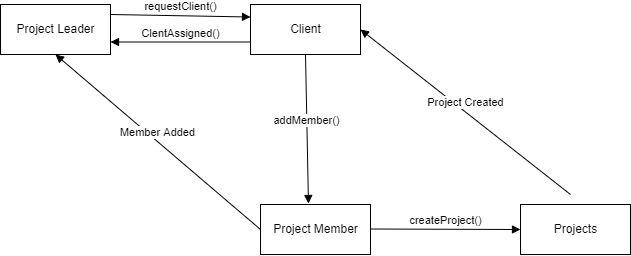
Before: Final Diagrams/Collaboration Diagrams/Client_Colaburation_Diagram.drawio.png, a diagram exported from draw.io (KevinHoxhalli/Group4). Source tidied: cells renumbered, new cells last; positions are measured from the earlier drawing's top-left corner, leaving out a move shared by most shapes. Its diagram source:
```xml
<mxGraphModel>
  <root>
    <mxCell id="0" />
    <mxCell id="1" parent="0" />
    <mxCell id="2" value="Project Member" style="html=1;" parent="1" vertex="1">
      <mxGeometry x="260" y="200" width="110" height="50" as="geometry" />
    </mxCell>
    <mxCell id="3" value="Client" style="html=1;" parent="1" vertex="1">
      <mxGeometry x="250" width="110" height="50" as="geometry" />
    </mxCell>
    <mxCell id="4" value="Projects" style="html=1;" parent="1" vertex="1">
      <mxGeometry x="520" y="200" width="110" height="50" as="geometry" />
    </mxCell>
    <mxCell id="5" value="Project Leader" style="html=1;" parent="1" vertex="1">
      <mxGeometry width="110" height="50" as="geometry" />
    </mxCell>
    <mxCell id="6" value="requestClient()" style="html=1;verticalAlign=bottom;endArrow=block;rounded=0;entryX=0;entryY=0.25;entryDx=0;entryDy=0;" parent="1" edge="1" target="3">
      <mxGeometry relative="1" as="geometry">
        <mxPoint x="110" y="10" as="sourcePoint" />
      </mxGeometry>
    </mxCell>
    <mxCell id="7" value="ClentAssigned()" style="html=1;verticalAlign=bottom;endArrow=block;rounded=0;exitX=0;exitY=0.75;exitDx=0;exitDy=0;entryX=1;entryY=0.75;entryDx=0;entryDy=0;" parent="1" edge="1" source="3" target="5">
      <mxGeometry relative="1" as="geometry" />
    </mxCell>
    <mxCell id="8" value="addMember()" style="html=1;verticalAlign=bottom;endArrow=block;rounded=0;exitX=0.5;exitY=1;exitDx=0;exitDy=0;entryX=0.436;entryY=-0.02;entryDx=0;entryDy=0;entryPerimeter=0;" parent="1" edge="1" source="3" target="2">
      <mxGeometry relative="1" as="geometry" />
    </mxCell>
    <mxCell id="9" value="Member Added" style="html=1;verticalAlign=bottom;endArrow=block;rounded=0;exitX=0;exitY=0.5;exitDx=0;exitDy=0;entryX=0.5;entryY=1;entryDx=0;entryDy=0;" parent="1" edge="1" source="2" target="5">
      <mxGeometry relative="1" as="geometry" />
    </mxCell>
    <mxCell id="10" value="createProject()" style="html=1;verticalAlign=bottom;endArrow=block;rounded=0;entryX=0;entryY=0.5;entryDx=0;entryDy=0;" parent="1" edge="1" target="4">
      <mxGeometry relative="1" as="geometry">
        <mxPoint x="370" y="224.5" as="sourcePoint" />
      </mxGeometry>
    </mxCell>
    <mxCell id="11" value="Project Created" style="html=1;verticalAlign=bottom;endArrow=block;rounded=0;entryX=1;entryY=0.5;entryDx=0;entryDy=0;" parent="1" edge="1" target="3">
      <mxGeometry relative="1" as="geometry">
        <mxPoint x="570" y="190" as="sourcePoint" />
      </mxGeometry>
    </mxCell>
  </root>
</mxGraphModel>
```
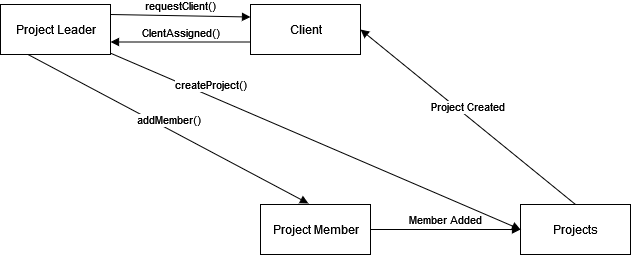
After the commit.

Change to the diagram source:
```diff
@@ -22,21 +22,19 @@
     <mxCell id="7" value="ClentAssigned()" style="html=1;verticalAlign=bottom;endArrow=block;rounded=0;exitX=0;exitY=0.75;exitDx=0;exitDy=0;entryX=1;entryY=0.75;entryDx=0;entryDy=0;" parent="1" edge="1" source="3" target="5">
       <mxGeometry relative="1" as="geometry" />
     </mxCell>
-    <mxCell id="8" value="addMember()" style="html=1;verticalAlign=bottom;endArrow=block;rounded=0;exitX=0.5;exitY=1;exitDx=0;exitDy=0;entryX=0.436;entryY=-0.02;entryDx=0;entryDy=0;entryPerimeter=0;" parent="1" edge="1" source="3" target="2">
+    <mxCell id="8" value="addMember()" style="html=1;verticalAlign=bottom;endArrow=block;rounded=0;entryX=0.436;entryY=-0.02;entryDx=0;entryDy=0;entryPerimeter=0;exitX=0.25;exitY=1;exitDx=0;exitDy=0;" parent="1" edge="1" source="5" target="2">
       <mxGeometry relative="1" as="geometry" />
     </mxCell>
-    <mxCell id="9" value="Member Added" style="html=1;verticalAlign=bottom;endArrow=block;rounded=0;exitX=0;exitY=0.5;exitDx=0;exitDy=0;entryX=0.5;entryY=1;entryDx=0;entryDy=0;" parent="1" edge="1" source="2" target="5">
+    <mxCell id="9" value="Member Added" style="html=1;verticalAlign=bottom;endArrow=block;rounded=0;exitX=1;exitY=0.5;exitDx=0;exitDy=0;" parent="1" edge="1" source="2" target="4">
       <mxGeometry relative="1" as="geometry" />
     </mxCell>
-    <mxCell id="10" value="createProject()" style="html=1;verticalAlign=bottom;endArrow=block;rounded=0;entryX=0;entryY=0.5;entryDx=0;entryDy=0;" parent="1" edge="1" target="4">
-      <mxGeometry relative="1" as="geometry">
-        <mxPoint x="370" y="224.5" as="sourcePoint" />
+    <mxCell id="10" value="createProject()" style="html=1;verticalAlign=bottom;endArrow=block;rounded=0;entryX=0;entryY=0.5;entryDx=0;entryDy=0;" parent="1" edge="1" source="5" target="4">
+      <mxGeometry x="-0.52" y="2" relative="1" as="geometry">
+        <mxPoint y="1" as="offset" />
       </mxGeometry>
     </mxCell>
-    <mxCell id="11" value="Project Created" style="html=1;verticalAlign=bottom;endArrow=block;rounded=0;entryX=1;entryY=0.5;entryDx=0;entryDy=0;" parent="1" edge="1" target="3">
-      <mxGeometry relative="1" as="geometry">
-        <mxPoint x="570" y="190" as="sourcePoint" />
-      </mxGeometry>
+    <mxCell id="11" value="Project Created" style="html=1;verticalAlign=bottom;endArrow=block;rounded=0;entryX=1;entryY=0.5;entryDx=0;entryDy=0;exitX=0.5;exitY=0;exitDx=0;exitDy=0;" parent="1" edge="1" source="4" target="3">
+      <mxGeometry relative="1" as="geometry" />
     </mxCell>
   </root>
 </mxGraphModel>
```
